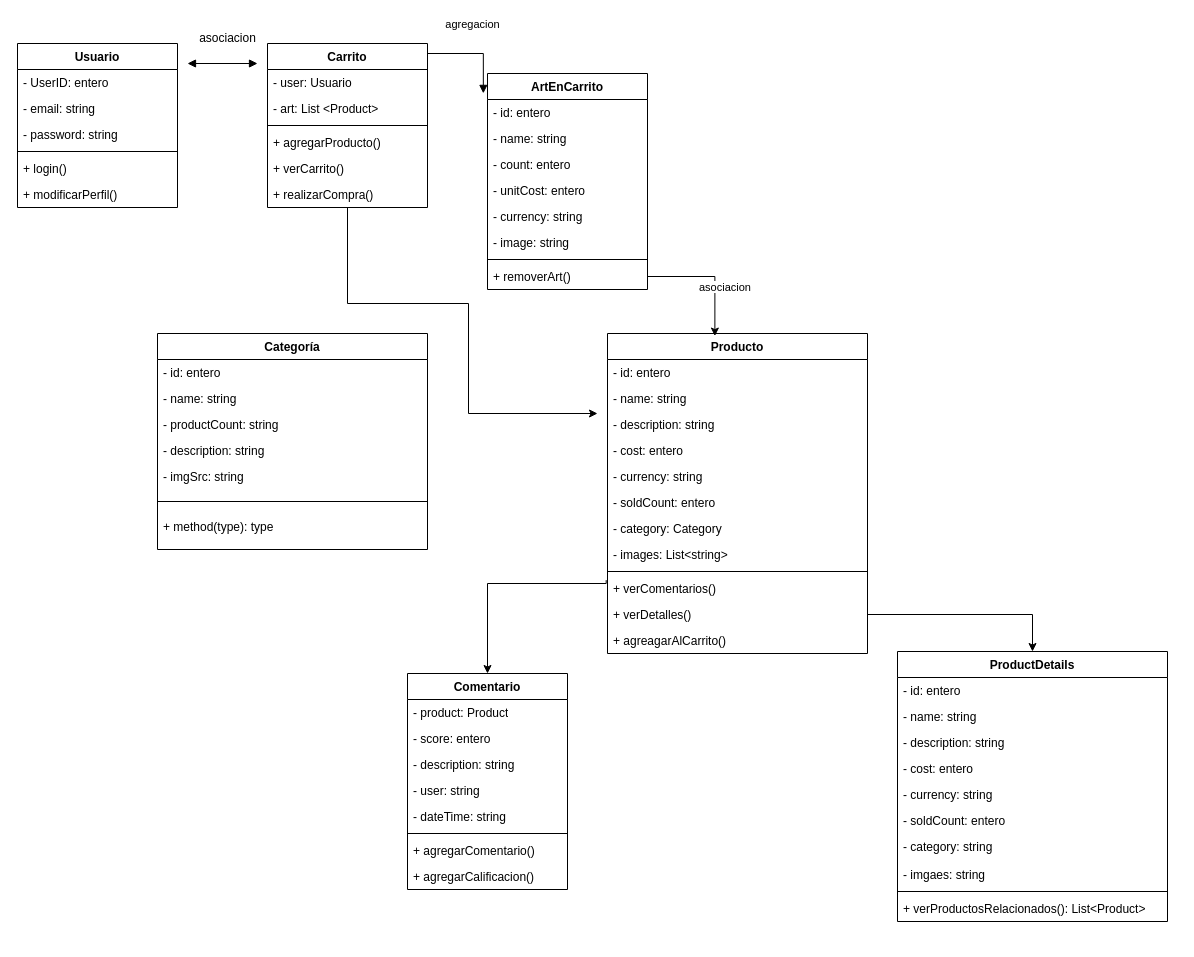
Earlier version of the draw.io diagram Entrega 1.drawio (janbrugger/Proyecto-Final). Source tidied: cells renumbered, new cells numbered last; positions are measured from the earlier drawing's top-left corner, leaving out a move shared by most shapes. Both pictures are drawn from the tidied source at 100%, with x=0, y=0 at pixel (17, 23).
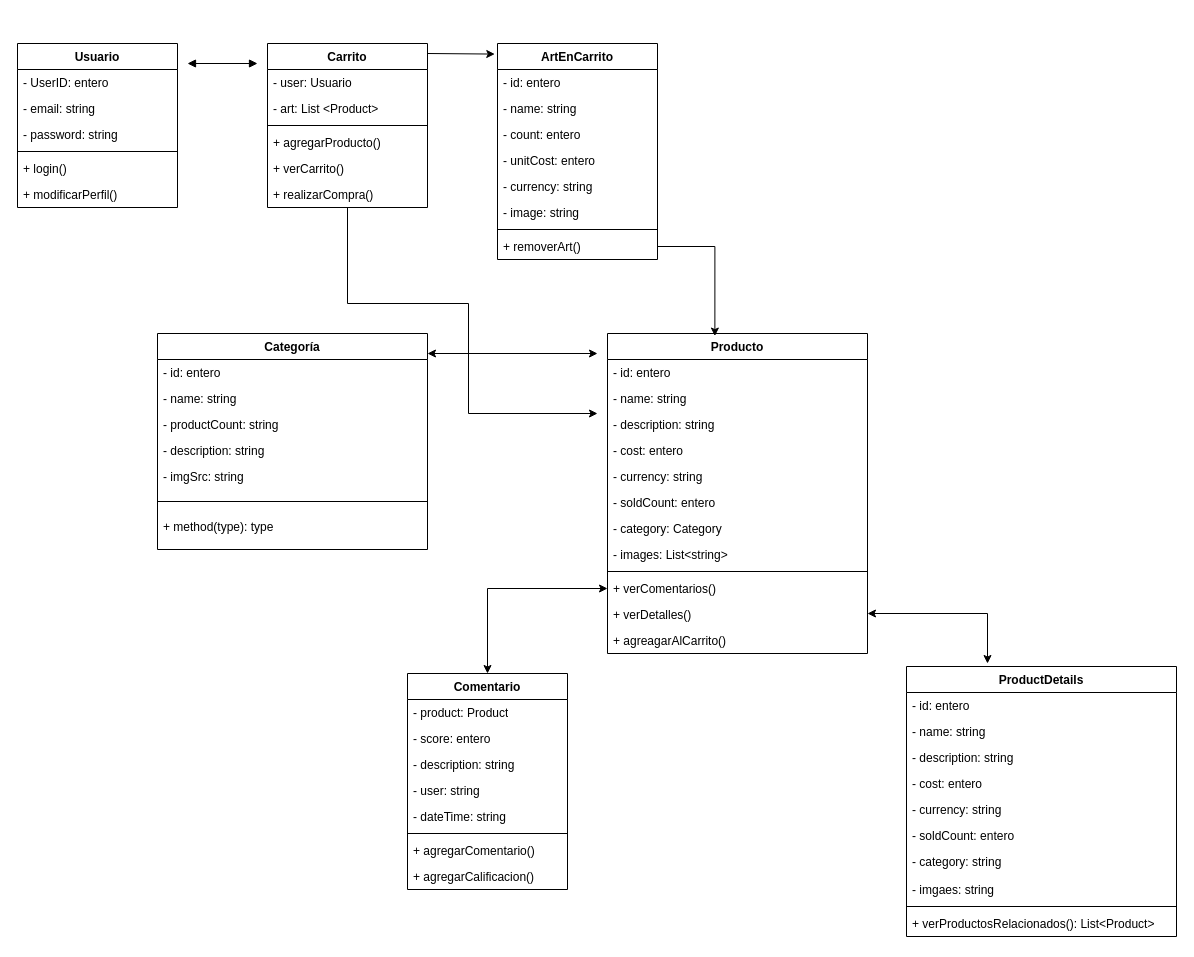
The same diagram, later.

The change refers to these unchanged cells:
```xml
<mxCell id="20" value="+ verComentarios()" style="text;strokeColor=none;fillColor=none;align=left;verticalAlign=top;spacingLeft=4;spacingRight=4;overflow=hidden;points=[[0,0.5],[1,0.5]];portConstraint=eastwest;whiteSpace=wrap;html=1;" parent="10" vertex="1">
  <mxGeometry y="242" width="260" height="26" as="geometry" />
</mxCell>
<mxCell id="21" value="+ verDetalles()&lt;br&gt;" style="text;strokeColor=none;fillColor=none;align=left;verticalAlign=top;spacingLeft=4;spacingRight=4;overflow=hidden;points=[[0,0.5],[1,0.5]];portConstraint=eastwest;whiteSpace=wrap;html=1;" parent="10" vertex="1">
  <mxGeometry y="268" width="260" height="26" as="geometry" />
</mxCell>
<mxCell id="32" value="Comentario" style="swimlane;fontStyle=1;align=center;verticalAlign=top;horizontal=1;startSize=26;whiteSpace=wrap;html=1;" parent="1" vertex="1">
  <mxGeometry x="390" y="650" width="160" height="216" as="geometry" />
</mxCell>
<mxCell id="49" value="Carrito" style="swimlane;fontStyle=1;align=center;verticalAlign=top;horizontal=1;startSize=26;whiteSpace=wrap;html=1;" parent="1" vertex="1">
  <mxGeometry x="250" y="20" width="160" height="164" as="geometry" />
</mxCell>
```

Change to the diagram source:
```diff
@@
     <mxCell id="23" value="ArtEnCarrito" style="swimlane;fontStyle=1;align=center;verticalAlign=top;horizontal=1;startSize=26;whiteSpace=wrap;html=1;" parent="1" vertex="1">
-      <mxGeometry x="470" y="50" width="160" height="216" as="geometry" />
+      <mxGeometry x="480" y="20" width="160" height="216" as="geometry" />
     </mxCell>
@@
-    <mxCell id="41" style="edgeStyle=orthogonalEdgeStyle;rounded=0;jettySize=auto;html=1;entryX=0.5;entryY=0;entryDx=0;entryDy=0;exitX=-0.005;exitY=0.179;exitDx=0;exitDy=0;exitPerimeter=0;" parent="1" edge="1" source="20" target="32">
-      <mxGeometry relative="1" as="geometry">
-        <Array as="points">
-          <mxPoint x="589" y="560" />
-          <mxPoint x="470" y="560" />
-        </Array>
-      </mxGeometry>
-    </mxCell>
@@
-    <mxCell id="57" value="agregacion" style="html=1;verticalAlign=bottom;endArrow=block;edgeStyle=elbowEdgeStyle;elbow=vertical;curved=0;rounded=0;exitX=1;exitY=0.25;exitDx=0;exitDy=0;entryX=-0.026;entryY=0.092;entryDx=0;entryDy=0;entryPerimeter=0;" parent="1" edge="1" source="49" target="23">
-      <mxGeometry x="0.2" y="20" relative="1" as="geometry">
-        <Array as="points">
-          <mxPoint x="450" y="30" />
-        </Array>
-      </mxGeometry>
-    </mxCell>
@@
-    <mxCell id="59" value="&lt;span style=&quot;color: rgb(0, 0, 0); font-family: Helvetica; font-size: 11px; font-style: normal; font-variant-ligatures: normal; font-variant-caps: normal; font-weight: 400; letter-spacing: normal; orphans: 2; text-align: center; text-indent: 0px; text-transform: none; widows: 2; word-spacing: 0px; -webkit-text-stroke-width: 0px; background-color: rgb(255, 255, 255); text-decoration-thickness: initial; text-decoration-style: initial; text-decoration-color: initial; float: none; display: inline !important;&quot;&gt;asociacion&lt;/span&gt;" style="text;whiteSpace=wrap;html=1;" parent="1" vertex="1">
-      <mxGeometry x="680" y="250" width="90" height="40" as="geometry" />
-    </mxCell>
-    <mxCell id="60" value="asociacion" style="text;html=1;align=center;verticalAlign=middle;strokeColor=none;fillColor=none;" parent="1" vertex="1">
-      <mxGeometry x="170" width="80" height="30" as="geometry" />
-    </mxCell>
     <mxCell id="61" value="ProductDetails" style="swimlane;fontStyle=1;align=center;verticalAlign=top;horizontal=1;startSize=26;whiteSpace=wrap;html=1;" parent="1" vertex="1">
-      <mxGeometry x="880" y="628" width="270" height="270" as="geometry" />
+      <mxGeometry x="889" y="643" width="270" height="270" as="geometry" />
     </mxCell>
@@
-    <mxCell id="72" style="edgeStyle=orthogonalEdgeStyle;rounded=0;jettySize=auto;html=1;exitX=1;exitY=0.5;exitDx=0;exitDy=0;" parent="1" edge="1" source="21" target="61">
-      <mxGeometry relative="1" as="geometry" />
-    </mxCell>
@@
+    <mxCell id="74" style="endArrow=classic;startArrow=classic;html=1;rounded=0;" parent="1" edge="1">
+      <mxGeometry relative="1" as="geometry">
+        <mxPoint x="850" y="590" as="sourcePoint" />
+        <mxPoint x="970" y="640" as="targetPoint" />
+        <Array as="points">
+          <mxPoint x="970" y="590" />
+        </Array>
+      </mxGeometry>
+    </mxCell>
+    <mxCell id="75" style="endArrow=classic;startArrow=classic;html=1;rounded=0;exitX=0.5;exitY=0;exitDx=0;exitDy=0;entryX=0;entryY=0.5;entryDx=0;entryDy=0;" parent="1" edge="1" source="32" target="20">
+      <mxGeometry relative="1" as="geometry">
+        <Array as="points">
+          <mxPoint x="470" y="565" />
+        </Array>
+      </mxGeometry>
+    </mxCell>
+    <mxCell id="76" style="endArrow=classic;html=1;rounded=0;entryX=-0.017;entryY=0.049;entryDx=0;entryDy=0;entryPerimeter=0;" parent="1" edge="1" target="23">
+      <mxGeometry relative="1" as="geometry">
+        <mxPoint x="410" y="30" as="sourcePoint" />
+      </mxGeometry>
+    </mxCell>
+    <mxCell id="77" style="endArrow=classic;startArrow=classic;html=1;rounded=0;" parent="1" edge="1">
+      <mxGeometry relative="1" as="geometry">
+        <mxPoint x="410" y="330" as="sourcePoint" />
+        <mxPoint x="580" y="330" as="targetPoint" />
+      </mxGeometry>
+    </mxCell>
```
